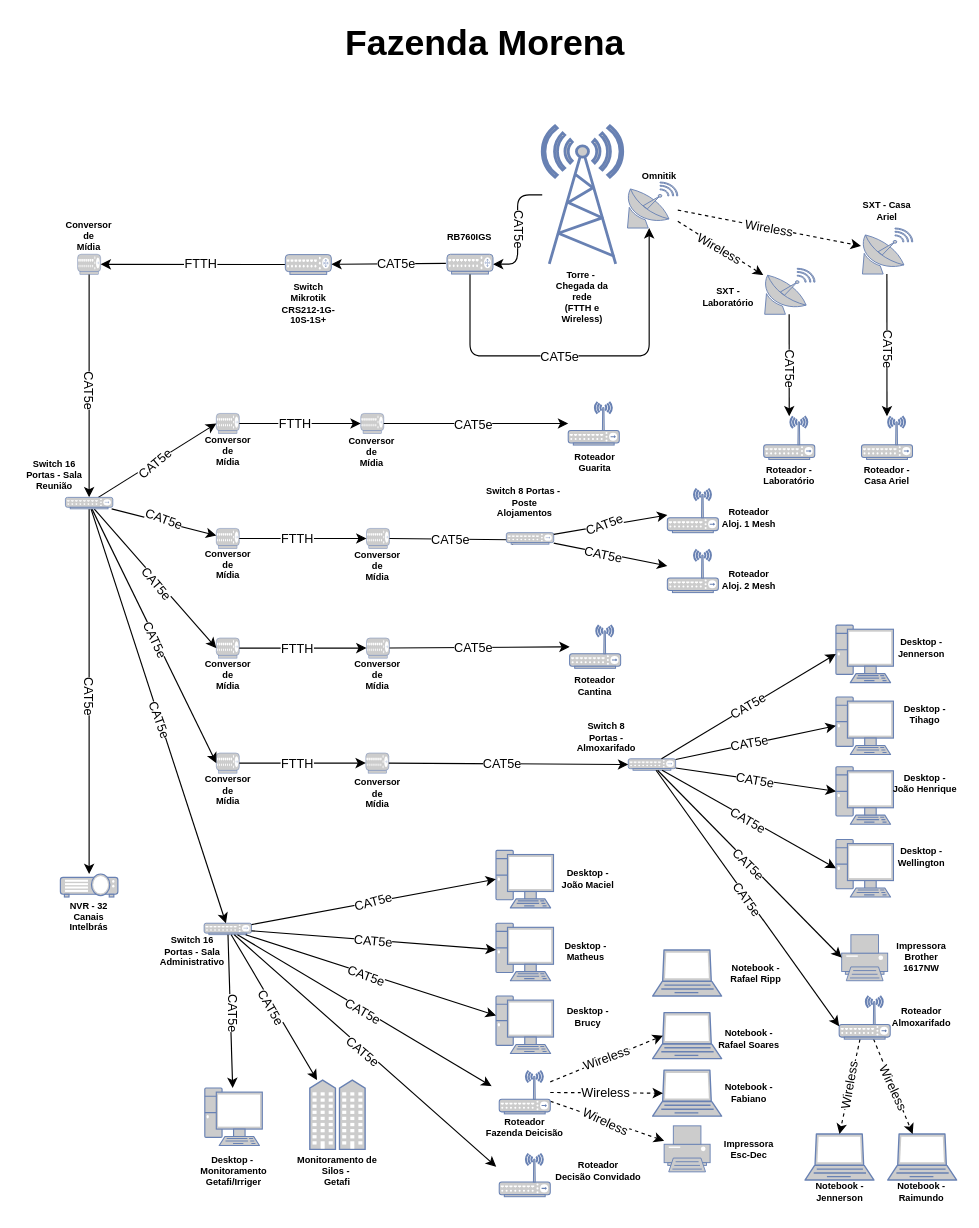
AlbertoPontes/Fluxogramas keeps this draw.io diagram as Diagrama Rede Morena.drawio. Above is the earlier version. Source tidied: cells renumbered, new cells numbered last; positions are measured from the earlier drawing's top-left corner, leaving out a move shared by most shapes. Both pictures are drawn from the tidied source at 115%, with x=0, y=0 at pixel (20, 20).
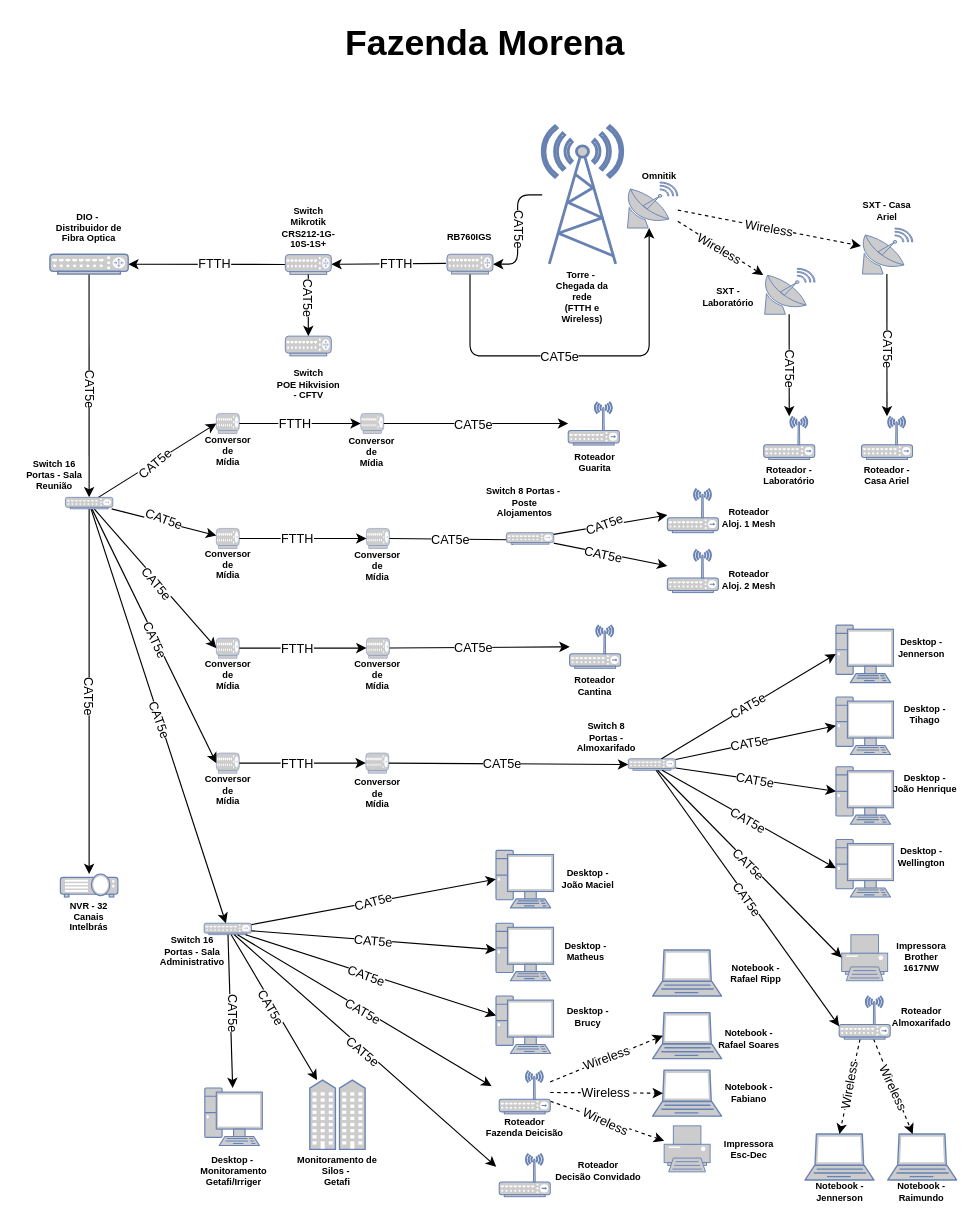
Above is the later version.

The change refers to these unchanged cells:
```xml
<mxCell id="20" style="endArrow=classic;html=1;rounded=1;" parent="1" edge="1" target="178">
  <mxGeometry relative="1" as="geometry">
    <mxPoint x="370.2" y="211.5" as="sourcePoint" />
  </mxGeometry>
</mxCell>
<mxCell id="171" style="fontColor=#0066CC;verticalAlign=top;verticalLabelPosition=bottom;labelPosition=center;align=center;html=1;outlineConnect=0;fillColor=#CCCCCC;strokeColor=#6881B3;gradientColor=none;gradientDirection=north;strokeWidth=2;shape=mxgraph.networks.hub;rounded=1;" parent="1" vertex="1">
  <mxGeometry x="39.4" y="415" width="41.2" height="10" as="geometry" />
</mxCell>
<mxCell id="178" style="fontColor=#0066CC;verticalAlign=top;verticalLabelPosition=bottom;labelPosition=center;align=center;html=1;outlineConnect=0;fillColor=#CCCCCC;strokeColor=#6881B3;gradientColor=none;gradientDirection=north;strokeWidth=2;shape=mxgraph.networks.router;rounded=1;" parent="1" vertex="1">
  <mxGeometry x="230.6" y="203.9" width="40" height="17.2" as="geometry" />
</mxCell>
```

Change to the diagram source:
```diff
@@
-    <mxCell id="19" style="fontColor=#0066CC;verticalAlign=top;verticalLabelPosition=bottom;labelPosition=center;align=center;html=1;outlineConnect=0;fillColor=#CCCCCC;strokeColor=#6881B3;gradientColor=none;gradientDirection=north;strokeWidth=2;shape=mxgraph.networks.hub;rounded=1;" parent="1" vertex="1">
-      <mxGeometry x="50" y="203.6" width="20" height="17.5" as="geometry" />
-    </mxCell>
@@
-    <mxCell id="21" value="CAT5e" style="edgeLabel;html=1;align=center;verticalAlign=middle;rounded=1;" parent="20" vertex="1">
+    <mxCell id="21" value="FTTH" style="edgeLabel;html=1;align=center;verticalAlign=middle;rounded=1;" parent="20" vertex="1">
       <mxGeometry relative="1" as="geometry">
         <mxPoint x="6" as="offset" />
       </mxGeometry>
     </mxCell>
-    <mxCell id="22" style="endArrow=classic;html=1;rounded=1;entryX=1;entryY=0.5;entryDx=0;entryDy=0;entryPerimeter=0;" parent="1" edge="1" source="178" target="19">
+    <mxCell id="22" style="endArrow=classic;html=1;rounded=1;" parent="1" edge="1" source="178" target="179">
       <mxGeometry relative="1" as="geometry" />
     </mxCell>
@@
-    <mxCell id="24" style="endArrow=classic;html=1;rounded=1;exitX=0.5;exitY=1;exitDx=0;exitDy=0;exitPerimeter=0;" parent="1" edge="1" source="19" target="171">
+    <mxCell id="24" style="endArrow=classic;html=1;rounded=1;" parent="1" edge="1" source="179" target="171">
       <mxGeometry relative="1" as="geometry" />
     </mxCell>
@@
     <mxCell id="41" value="Switch&lt;br&gt;Mikrotik&lt;br&gt;CRS212-1G-10S-1S+" style="text;html=1;strokeColor=none;fillColor=none;align=center;verticalAlign=middle;whiteSpace=wrap;rounded=1;fontSize=8;fontStyle=1;" parent="1" vertex="1">
-      <mxGeometry x="220.6" y="232" width="60" height="30" as="geometry" />
+      <mxGeometry x="221.2" y="165.8" width="60" height="30" as="geometry" />
     </mxCell>
@@
-    <mxCell id="50" value="Conversor&lt;br style=&quot;font-size: 8px;&quot;&gt;de&lt;br style=&quot;font-size: 8px;&quot;&gt;Mídia" style="text;html=1;strokeColor=none;fillColor=none;align=center;verticalAlign=middle;whiteSpace=wrap;rounded=1;fontSize=8;fontStyle=1;" parent="1" vertex="1">
-      <mxGeometry x="30" y="173.2" width="60" height="30" as="geometry" />
+    <mxCell id="50" value="DIO -&amp;nbsp; Distribuidor de Fibra Optica" style="text;html=1;strokeColor=none;fillColor=none;align=center;verticalAlign=middle;whiteSpace=wrap;rounded=1;fontSize=8;fontStyle=1;" parent="1" vertex="1">
+      <mxGeometry x="30" y="165.8" width="60" height="30" as="geometry" />
     </mxCell>
@@
+    <mxCell id="179" style="fontColor=#0066CC;verticalAlign=top;verticalLabelPosition=bottom;labelPosition=center;align=center;html=1;outlineConnect=0;fillColor=#CCCCCC;strokeColor=#6881B3;gradientColor=none;gradientDirection=north;strokeWidth=2;shape=mxgraph.networks.router;rounded=1;" parent="1" vertex="1">
+      <mxGeometry x="25.9" y="203.6" width="68.1" height="17.2" as="geometry" />
+    </mxCell>
+    <mxCell id="180" style="endArrow=classic;html=1;rounded=1;" parent="1" edge="1" source="178" target="182">
+      <mxGeometry relative="1" as="geometry" />
+    </mxCell>
+    <mxCell id="181" value="CAT5e" style="edgeLabel;html=1;align=center;verticalAlign=middle;rotation=90;rounded=1;" parent="180" vertex="1">
+      <mxGeometry relative="1" as="geometry">
+        <mxPoint x="1" y="-7" as="offset" />
+      </mxGeometry>
+    </mxCell>
+    <mxCell id="182" style="fontColor=#0066CC;verticalAlign=top;verticalLabelPosition=bottom;labelPosition=center;align=center;html=1;outlineConnect=0;fillColor=#CCCCCC;strokeColor=#6881B3;gradientColor=none;gradientDirection=north;strokeWidth=2;shape=mxgraph.networks.router;rounded=1;" parent="1" vertex="1">
+      <mxGeometry x="230.6" y="274.8" width="40" height="17.2" as="geometry" />
+    </mxCell>
+    <mxCell id="183" value="Switch&lt;br&gt;POE Hikvision - CFTV" style="text;html=1;strokeColor=none;fillColor=none;align=center;verticalAlign=middle;whiteSpace=wrap;rounded=1;fontSize=8;fontStyle=1;" parent="1" vertex="1">
+      <mxGeometry x="221.2" y="302" width="60" height="30" as="geometry" />
+    </mxCell>
```
